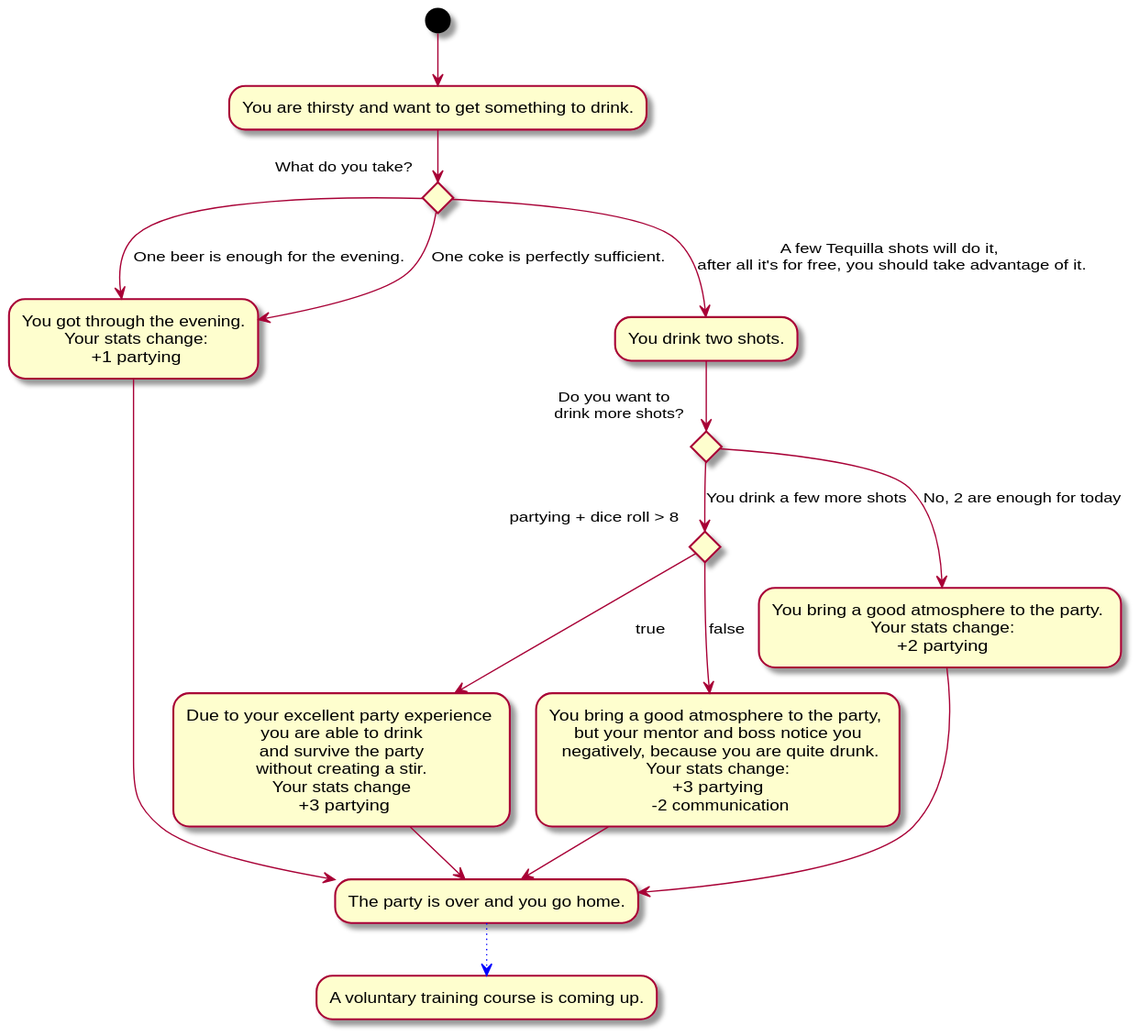
Before: Docs/Technical Specifications/docs/diagrams/StoryFlow/StoryFlow_Decision_8.svg, a diagram exported from PlantUML (Brotenko/QualityQuest).
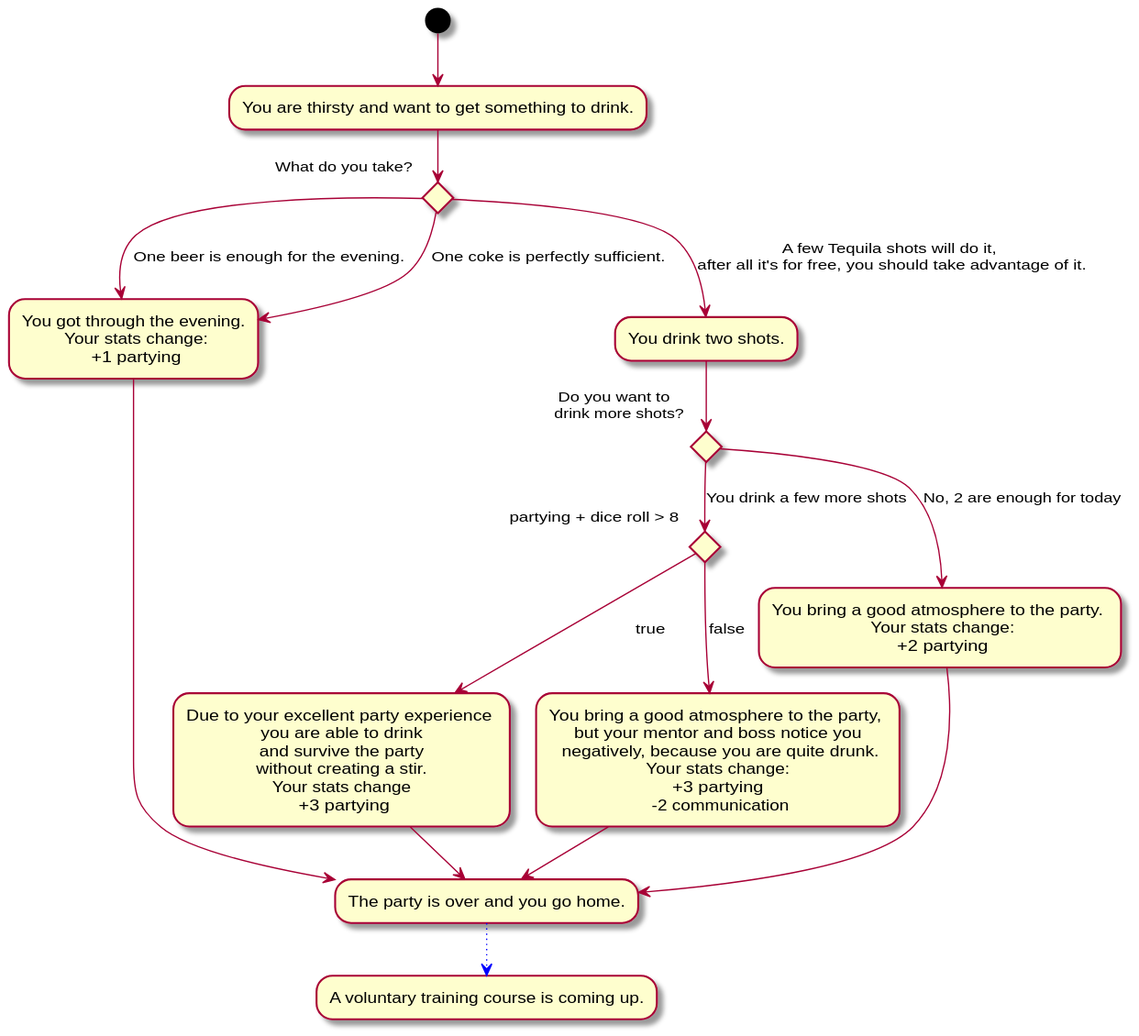
Above is the later version.

The edit, as a diff of the source:
```diff
@@ -5,7 +5,7 @@
 else
 --> [One coke is perfectly sufficient.] lightParty
 else
--->[A few Tequilla shots will do it, \nafter all it's for free, you should take advantage of it.] "You drink two shots."
+-->[A few Tequila shots will do it, \nafter all it's for free, you should take advantage of it.] "You drink two shots."
 if "Do you want to \n drink more shots?" then
 --> [You drink a few more shots] if "partying + dice roll > 8" as drink then
 --> [true] "Due to your excellent party experience \n you are able to drink \n and survive the party \n without creating a stir. \n Your stats change \n +3 partying" as goodEnd
```
